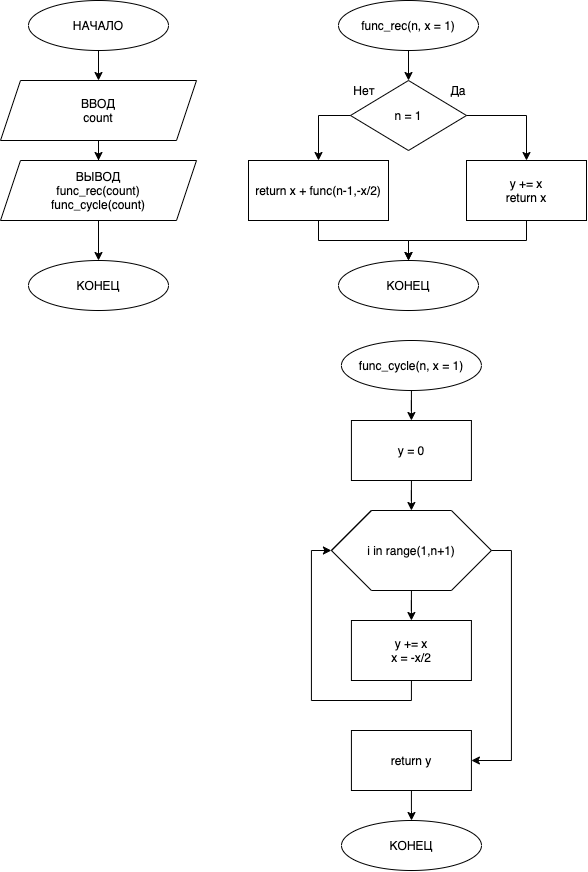
RSV48/algorithms keeps this draw.io diagram as lesson_02-task_02_04.png. Above is the earlier version. Source tidied: cells renumbered, new cells last; positions are measured from the earlier drawing's top-left corner, leaving out a move shared by most shapes. The source it was exported from:
```xml
<mxGraphModel>
  <root>
    <mxCell id="0" />
    <mxCell id="1" parent="0" />
    <mxCell id="2" style="edgeStyle=orthogonalEdgeStyle;rounded=0;jettySize=auto;html=1;fontSize=12;" parent="1" edge="1" source="3" target="5">
      <mxGeometry relative="1" as="geometry" />
    </mxCell>
    <mxCell id="3" value="func_rec(n, x = 1)" style="ellipse;whiteSpace=wrap;html=1;shadow=0;fillColor=#ffffff;fontSize=12;" parent="1" vertex="1">
      <mxGeometry x="338" width="140" height="50" as="geometry" />
    </mxCell>
    <mxCell id="4" style="group;shadow=0;fillColor=#ffffff;fontSize=12;" parent="1" vertex="1">
      <mxGeometry x="344" y="80" width="134" height="70" as="geometry" />
    </mxCell>
    <mxCell id="5" value="n = 1" style="rhombus;whiteSpace=wrap;html=1;fontSize=12;" parent="4" vertex="1">
      <mxGeometry x="6" width="116" height="70" as="geometry" />
    </mxCell>
    <mxCell id="6" value="Нет" style="text;html=1;strokeColor=none;fillColor=none;align=center;verticalAlign=middle;whiteSpace=wrap;rounded=0;shadow=1;fontSize=12;" parent="4" vertex="1">
      <mxGeometry width="40" height="20" as="geometry" />
    </mxCell>
    <mxCell id="7" style="edgeStyle=orthogonalEdgeStyle;rounded=0;orthogonalLoop=1;jettySize=auto;html=1;exitX=0.5;exitY=1;exitDx=0;exitDy=0;fontSize=12;" parent="4" edge="1" source="6" target="6">
      <mxGeometry relative="1" as="geometry" />
    </mxCell>
    <mxCell id="8" value="Да" style="text;html=1;strokeColor=none;fillColor=none;align=center;verticalAlign=middle;whiteSpace=wrap;rounded=0;shadow=1;fontSize=12;" parent="4" vertex="1">
      <mxGeometry x="94" width="40" height="20" as="geometry" />
    </mxCell>
    <mxCell id="9" style="edgeStyle=orthogonalEdgeStyle;rounded=0;jettySize=auto;html=1;entryX=0.5;entryY=0;entryDx=0;entryDy=0;fontSize=12;" parent="1" edge="1" source="10" target="34">
      <mxGeometry relative="1" as="geometry" />
    </mxCell>
    <mxCell id="10" value="y += x&lt;br style=&quot;font-size: 12px;&quot;&gt;return x" style="rounded=0;whiteSpace=wrap;html=1;shadow=0;fillColor=#ffffff;fontSize=12;" parent="1" vertex="1">
      <mxGeometry x="466" y="160" width="120" height="60" as="geometry" />
    </mxCell>
    <mxCell id="11" style="edgeStyle=orthogonalEdgeStyle;rounded=0;jettySize=auto;html=1;fontSize=12;exitX=1;exitY=0.5;exitDx=0;exitDy=0;" parent="1" edge="1" source="5" target="10">
      <mxGeometry relative="1" as="geometry" />
    </mxCell>
    <mxCell id="12" style="edgeStyle=orthogonalEdgeStyle;rounded=0;jettySize=auto;html=1;entryX=0.5;entryY=0;entryDx=0;entryDy=0;fontSize=12;" parent="1" edge="1" source="13" target="34">
      <mxGeometry relative="1" as="geometry" />
    </mxCell>
    <mxCell id="13" value="return x + func(n-1,-x/2)" style="rounded=0;whiteSpace=wrap;html=1;shadow=0;fillColor=#ffffff;fontSize=12;" parent="1" vertex="1">
      <mxGeometry x="248" y="160" width="140" height="60" as="geometry" />
    </mxCell>
    <mxCell id="14" style="edgeStyle=orthogonalEdgeStyle;rounded=0;jettySize=auto;html=1;fontSize=12;exitX=0;exitY=0.5;exitDx=0;exitDy=0;" parent="1" edge="1" source="5" target="13">
      <mxGeometry relative="1" as="geometry" />
    </mxCell>
    <mxCell id="15" style="edgeStyle=orthogonalEdgeStyle;rounded=0;jettySize=auto;html=1;fontSize=12;entryX=0.5;entryY=0;entryDx=0;entryDy=0;" parent="1" edge="1" source="16" target="27">
      <mxGeometry relative="1" as="geometry" />
    </mxCell>
    <mxCell id="16" value="func_cycle(n, x = 1)" style="ellipse;whiteSpace=wrap;html=1;shadow=0;fillColor=#ffffff;fontSize=12;" parent="1" vertex="1">
      <mxGeometry x="340.9" y="340" width="140" height="50" as="geometry" />
    </mxCell>
    <mxCell id="17" style="group;shadow=0;fillColor=#ffffff;fontSize=12;" parent="1" vertex="1">
      <mxGeometry x="330.9" y="510" width="160" height="80" as="geometry" />
    </mxCell>
    <mxCell id="18" value="&lt;font style=&quot;font-size: 12px;&quot;&gt;i in range(1,n+1)&lt;/font&gt;" style="text;html=1;align=center;verticalAlign=middle;whiteSpace=wrap;rounded=0;shadow=0;fillColor=#ffffff;fontSize=12;" parent="17" vertex="1">
      <mxGeometry width="160" height="80" as="geometry" />
    </mxCell>
    <mxCell id="19" style="endArrow=none;html=1;fontSize=12;" parent="17" edge="1">
      <mxGeometry relative="1" as="geometry">
        <mxPoint y="40" as="sourcePoint" />
        <mxPoint x="40" as="targetPoint" />
      </mxGeometry>
    </mxCell>
    <mxCell id="20" style="endArrow=none;html=1;fontSize=12;" parent="17" edge="1">
      <mxGeometry relative="1" as="geometry">
        <mxPoint y="40" as="sourcePoint" />
        <mxPoint x="40" as="targetPoint" />
        <Array as="points">
          <mxPoint x="20" y="20" />
        </Array>
      </mxGeometry>
    </mxCell>
    <mxCell id="21" style="endArrow=none;html=1;fontSize=12;" parent="17" edge="1">
      <mxGeometry relative="1" as="geometry">
        <mxPoint x="40" as="sourcePoint" />
        <mxPoint x="120" as="targetPoint" />
      </mxGeometry>
    </mxCell>
    <mxCell id="22" style="endArrow=none;html=1;fontSize=12;" parent="17" edge="1">
      <mxGeometry relative="1" as="geometry">
        <mxPoint x="120" y="80" as="sourcePoint" />
        <mxPoint x="160" y="40" as="targetPoint" />
      </mxGeometry>
    </mxCell>
    <mxCell id="23" style="endArrow=none;html=1;fontSize=12;" parent="17" edge="1">
      <mxGeometry relative="1" as="geometry">
        <mxPoint x="40" y="80" as="sourcePoint" />
        <mxPoint y="40" as="targetPoint" />
      </mxGeometry>
    </mxCell>
    <mxCell id="24" style="endArrow=none;html=1;fontSize=12;" parent="17" edge="1">
      <mxGeometry relative="1" as="geometry">
        <mxPoint x="160" y="40" as="sourcePoint" />
        <mxPoint x="120" as="targetPoint" />
      </mxGeometry>
    </mxCell>
    <mxCell id="25" style="endArrow=none;html=1;fontSize=12;" parent="17" edge="1">
      <mxGeometry relative="1" as="geometry">
        <mxPoint x="40" y="80" as="sourcePoint" />
        <mxPoint x="120" y="80" as="targetPoint" />
      </mxGeometry>
    </mxCell>
    <mxCell id="26" style="edgeStyle=orthogonalEdgeStyle;rounded=0;jettySize=auto;html=1;entryX=0.5;entryY=0;entryDx=0;entryDy=0;fontSize=12;" parent="1" edge="1" source="27" target="18">
      <mxGeometry relative="1" as="geometry" />
    </mxCell>
    <mxCell id="27" value="y = 0" style="rounded=0;whiteSpace=wrap;html=1;shadow=0;fillColor=#ffffff;fontSize=12;" parent="1" vertex="1">
      <mxGeometry x="350.9" y="420" width="120" height="60" as="geometry" />
    </mxCell>
    <mxCell id="28" style="edgeStyle=orthogonalEdgeStyle;rounded=0;jettySize=auto;html=1;entryX=0;entryY=0.5;entryDx=0;entryDy=0;fontSize=12;exitX=0.5;exitY=1;exitDx=0;exitDy=0;" parent="1" edge="1" source="29" target="18">
      <mxGeometry relative="1" as="geometry" />
    </mxCell>
    <mxCell id="29" value="y += x&lt;br style=&quot;font-size: 12px;&quot;&gt;x = -x/2" style="rounded=0;whiteSpace=wrap;html=1;shadow=0;fillColor=#ffffff;fontSize=12;" parent="1" vertex="1">
      <mxGeometry x="350.9" y="620" width="120" height="60" as="geometry" />
    </mxCell>
    <mxCell id="30" style="edgeStyle=orthogonalEdgeStyle;rounded=0;jettySize=auto;html=1;fontSize=12;" parent="1" edge="1" source="18" target="29">
      <mxGeometry relative="1" as="geometry" />
    </mxCell>
    <mxCell id="31" style="edgeStyle=orthogonalEdgeStyle;rounded=0;jettySize=auto;html=1;fontSize=12;" parent="1" edge="1" source="32" target="35">
      <mxGeometry relative="1" as="geometry" />
    </mxCell>
    <mxCell id="32" value="return y" style="rounded=0;whiteSpace=wrap;html=1;shadow=0;fillColor=#ffffff;fontSize=12;" parent="1" vertex="1">
      <mxGeometry x="350.9" y="730" width="120" height="60" as="geometry" />
    </mxCell>
    <mxCell id="33" style="edgeStyle=orthogonalEdgeStyle;rounded=0;jettySize=auto;html=1;entryX=1;entryY=0.5;entryDx=0;entryDy=0;fontSize=12;exitX=1;exitY=0.5;exitDx=0;exitDy=0;" parent="1" edge="1" source="18" target="32">
      <mxGeometry relative="1" as="geometry" />
    </mxCell>
    <mxCell id="34" value="КОНЕЦ" style="ellipse;whiteSpace=wrap;html=1;shadow=0;fillColor=#ffffff;fontSize=12;" parent="1" vertex="1">
      <mxGeometry x="338" y="260" width="140" height="50" as="geometry" />
    </mxCell>
    <mxCell id="35" value="КОНЕЦ" style="ellipse;whiteSpace=wrap;html=1;shadow=0;fillColor=#ffffff;fontSize=12;" parent="1" vertex="1">
      <mxGeometry x="341" y="820" width="140" height="50" as="geometry" />
    </mxCell>
    <mxCell id="36" style="edgeStyle=orthogonalEdgeStyle;rounded=0;jettySize=auto;html=1;fontSize=12;" parent="1" edge="1" source="37" target="39">
      <mxGeometry relative="1" as="geometry" />
    </mxCell>
    <mxCell id="37" value="НАЧАЛО" style="ellipse;whiteSpace=wrap;html=1;shadow=0;fillColor=#ffffff;fontSize=12;" parent="1" vertex="1">
      <mxGeometry x="28" width="140" height="50" as="geometry" />
    </mxCell>
    <mxCell id="38" style="edgeStyle=orthogonalEdgeStyle;rounded=0;jettySize=auto;html=1;entryX=0.5;entryY=0;entryDx=0;entryDy=0;fontSize=12;" parent="1" edge="1" source="39" target="41">
      <mxGeometry relative="1" as="geometry" />
    </mxCell>
    <mxCell id="39" value="ВВОД&lt;br style=&quot;font-size: 12px;&quot;&gt;count" style="shape=parallelogram;perimeter=parallelogramPerimeter;whiteSpace=wrap;html=1;fixedSize=1;shadow=0;fillColor=#ffffff;fontSize=12;" parent="1" vertex="1">
      <mxGeometry y="80" width="196" height="60" as="geometry" />
    </mxCell>
    <mxCell id="40" style="edgeStyle=orthogonalEdgeStyle;rounded=0;jettySize=auto;html=1;entryX=0.5;entryY=0;entryDx=0;entryDy=0;fontSize=12;" parent="1" edge="1" source="41" target="42">
      <mxGeometry relative="1" as="geometry" />
    </mxCell>
    <mxCell id="41" value="ВЫВОД&lt;br style=&quot;font-size: 12px;&quot;&gt;func_rec(count)&lt;br style=&quot;font-size: 12px;&quot;&gt;func_cycle(count)" style="shape=parallelogram;perimeter=parallelogramPerimeter;whiteSpace=wrap;html=1;fixedSize=1;shadow=0;fillColor=#ffffff;fontSize=12;" parent="1" vertex="1">
      <mxGeometry y="160" width="196" height="60" as="geometry" />
    </mxCell>
    <mxCell id="42" value="КОНЕЦ" style="ellipse;whiteSpace=wrap;html=1;shadow=0;fillColor=#ffffff;fontSize=12;" parent="1" vertex="1">
      <mxGeometry x="28" y="260" width="140" height="50" as="geometry" />
    </mxCell>
  </root>
</mxGraphModel>
```
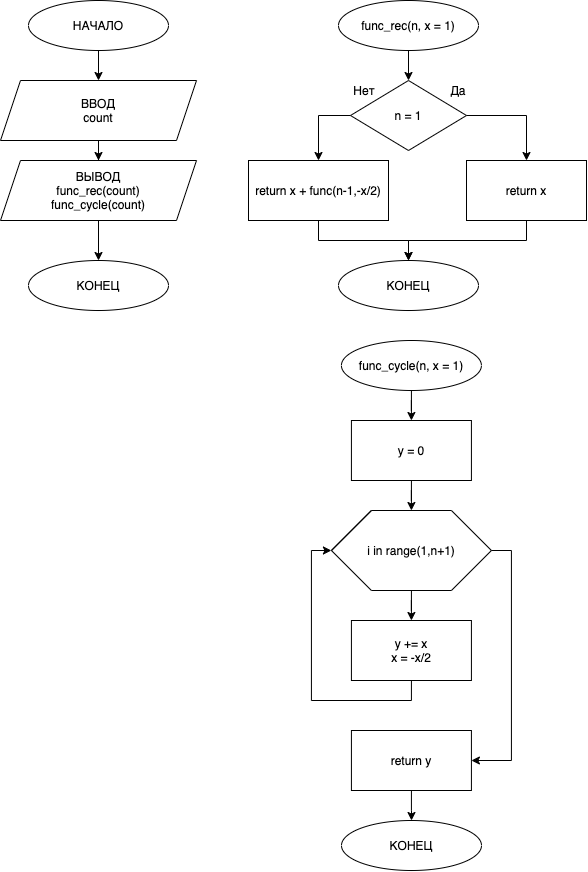
The same diagram one commit later.

The edit, as a diff of the source:
```diff
@@ -26,7 +26,7 @@
     <mxCell id="9" style="edgeStyle=orthogonalEdgeStyle;rounded=0;jettySize=auto;html=1;entryX=0.5;entryY=0;entryDx=0;entryDy=0;fontSize=12;" parent="1" edge="1" source="10" target="34">
       <mxGeometry relative="1" as="geometry" />
     </mxCell>
-    <mxCell id="10" value="y += x&lt;br style=&quot;font-size: 12px;&quot;&gt;return x" style="rounded=0;whiteSpace=wrap;html=1;shadow=0;fillColor=#ffffff;fontSize=12;" parent="1" vertex="1">
+    <mxCell id="10" value="return x" style="rounded=0;whiteSpace=wrap;html=1;shadow=0;fillColor=#ffffff;fontSize=12;" parent="1" vertex="1">
       <mxGeometry x="466" y="160" width="120" height="60" as="geometry" />
     </mxCell>
     <mxCell id="11" style="edgeStyle=orthogonalEdgeStyle;rounded=0;jettySize=auto;html=1;fontSize=12;exitX=1;exitY=0.5;exitDx=0;exitDy=0;" parent="1" edge="1" source="5" target="10">
```
